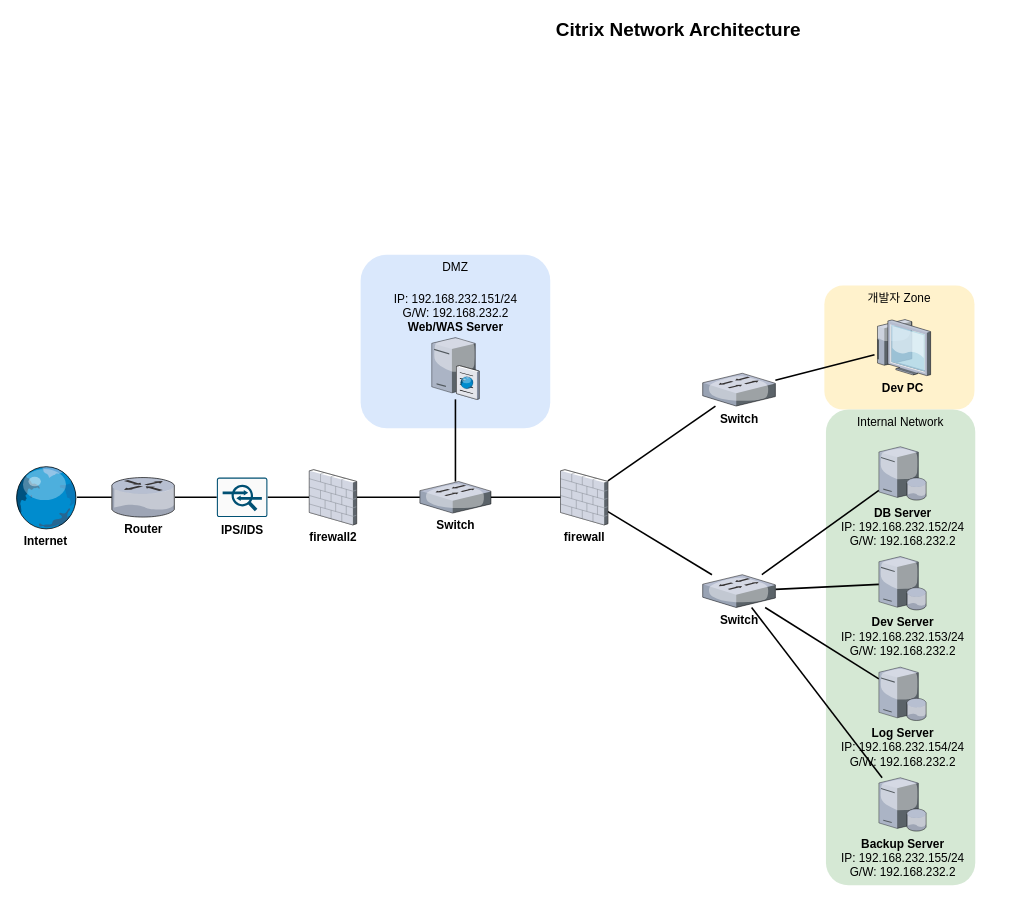
Before: 제목 없는 다이어그램.drawio in LILILI11/Diagram, a draw.io diagram. Source tidied: cells renumbered, new cells numbered last; positions are measured from the earlier drawing's top-left corner, leaving out a move shared by most shapes. Both pictures are drawn from the tidied source at 79%, with x=0, y=0 at pixel (13, 13).
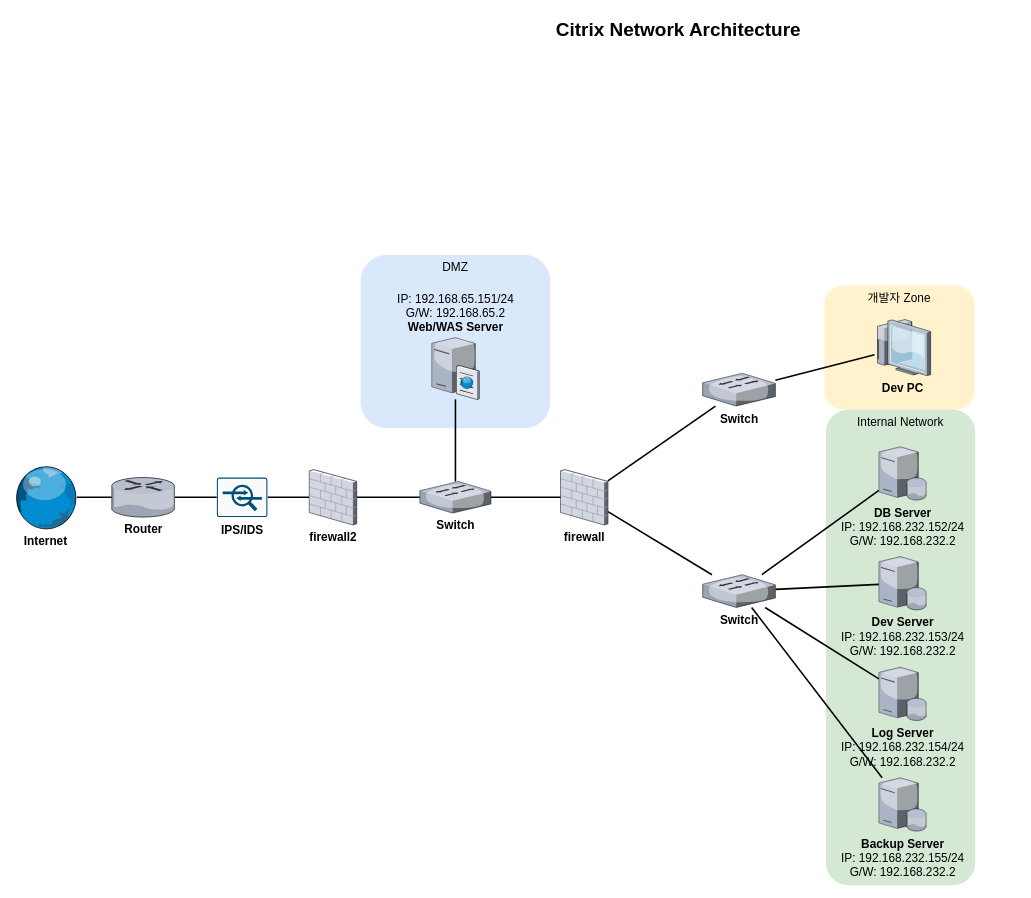
The same page after the edit.

Commit message:
제목 없는 다이어그램.drawio 업데이트

Diff of the diagram source:
```diff
@@
-    <mxCell id="5" value="&lt;br&gt;&lt;span style=&quot;font-weight: normal;&quot;&gt;IP: 192.168.232.151/24&lt;/span&gt;&lt;br style=&quot;border-color: var(--border-color); font-weight: 400;&quot;&gt;&lt;span style=&quot;font-weight: normal;&quot;&gt;G/W: 192.168.232.2&lt;/span&gt;&lt;br&gt;Web/WAS Server&lt;span style=&quot;font-weight: 400;&quot;&gt;&lt;br&gt;&lt;/span&gt;" style="verticalLabelPosition=top;html=1;verticalAlign=bottom;strokeColor=none;shape=mxgraph.citrix.cache_server;fillColor=#66B2FF;gradientColor=#0066CC;fontSize=15;labelPosition=center;align=center;fontStyle=1;" parent="1" vertex="1">
+    <mxCell id="5" value="&lt;br&gt;&lt;span style=&quot;font-weight: normal;&quot;&gt;IP: 192.168.65.151/24&lt;/span&gt;&lt;br style=&quot;border-color: var(--border-color); font-weight: 400;&quot;&gt;&lt;span style=&quot;font-weight: normal;&quot;&gt;G/W: 192.168.65.2&lt;/span&gt;&lt;br&gt;Web/WAS Server&lt;span style=&quot;font-weight: 400;&quot;&gt;&lt;br&gt;&lt;/span&gt;" style="verticalLabelPosition=top;html=1;verticalAlign=bottom;strokeColor=none;shape=mxgraph.citrix.cache_server;fillColor=#66B2FF;gradientColor=#0066CC;fontSize=15;labelPosition=center;align=center;fontStyle=1;" parent="1" vertex="1">
       <mxGeometry x="529" y="408" width="60" height="80" as="geometry" />
     </mxCell>
```
